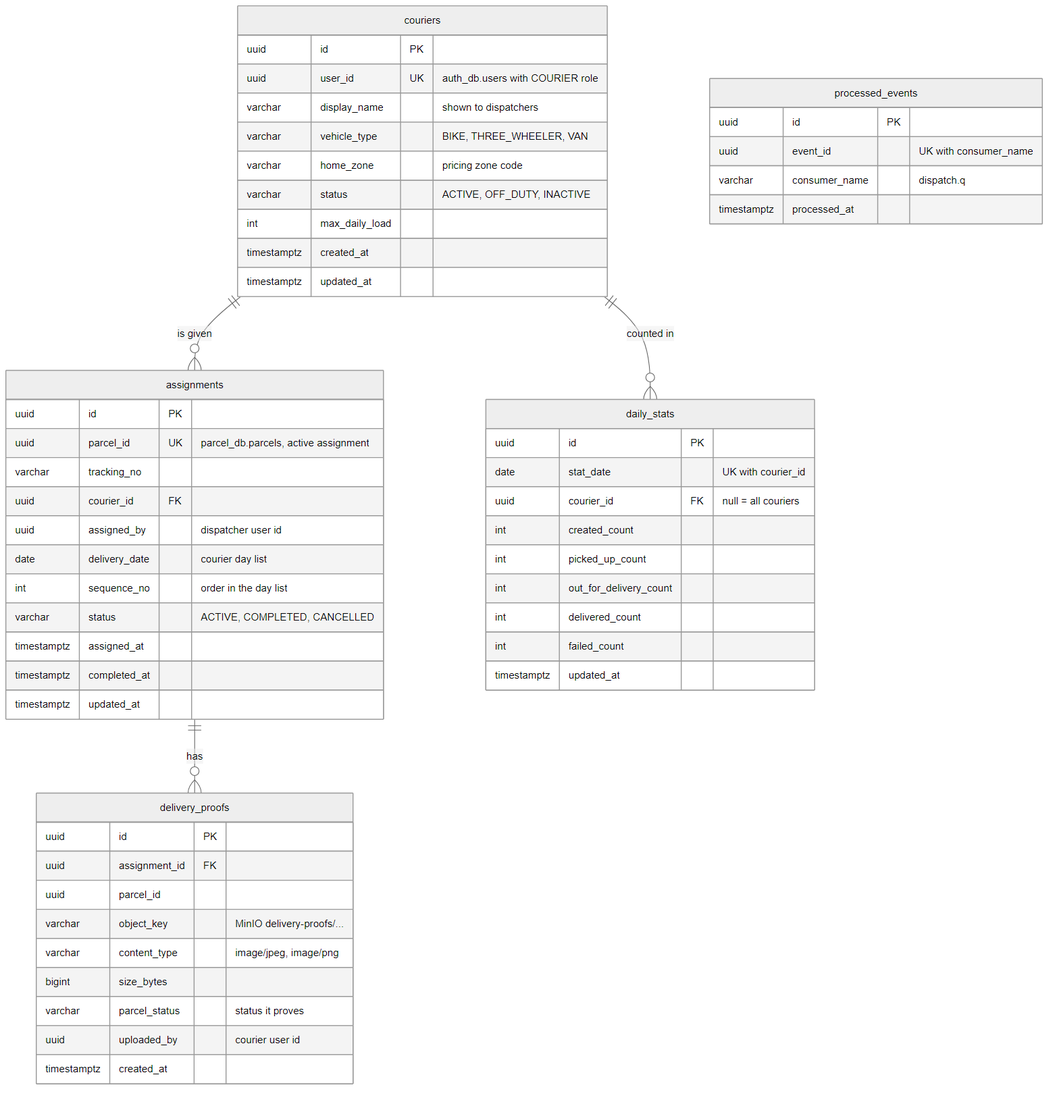
Sachintha-dilshan49/SwiftDrop keeps this Mermaid diagram as docs/diagrams/er/er-dispatch-db.png. Above is the earlier version. Its source is kept beside it as docs/diagrams/er/er-dispatch-db.mmd. Its diagram source:
```mermaid
erDiagram
    couriers ||--o{ assignments : "is given"
    assignments ||--o{ delivery_proofs : "has"
    couriers ||--o{ daily_stats : "counted in"

    couriers {
        uuid id PK
        uuid user_id UK "auth_db.users with COURIER role"
        varchar display_name "shown to dispatchers"
        varchar vehicle_type "BIKE, THREE_WHEELER, VAN"
        varchar home_zone "pricing zone code"
        varchar status "ACTIVE, OFF_DUTY, INACTIVE"
        int max_daily_load
        timestamptz created_at
        timestamptz updated_at
    }
    assignments {
        uuid id PK
        uuid parcel_id UK "parcel_db.parcels, active assignment"
        varchar tracking_no
        uuid courier_id FK
        uuid assigned_by "dispatcher user id"
        date delivery_date "courier day list"
        int sequence_no "order in the day list"
        varchar status "ACTIVE, COMPLETED, CANCELLED"
        timestamptz assigned_at
        timestamptz completed_at
        timestamptz updated_at
    }
    delivery_proofs {
        uuid id PK
        uuid assignment_id FK
        uuid parcel_id
        varchar object_key "MinIO delivery-proofs/..."
        varchar content_type "image/jpeg, image/png"
        bigint size_bytes
        varchar parcel_status "status it proves"
        uuid uploaded_by "courier user id"
        timestamptz created_at
    }
    daily_stats {
        uuid id PK
        date stat_date "UK with courier_id"
        uuid courier_id FK "null = all couriers"
        int created_count
        int picked_up_count
        int out_for_delivery_count
        int delivered_count
        int failed_count
        timestamptz updated_at
    }
    processed_events {
        uuid id PK
        uuid event_id "UK with consumer_name"
        varchar consumer_name "dispatch.q"
        timestamptz processed_at
    }
```
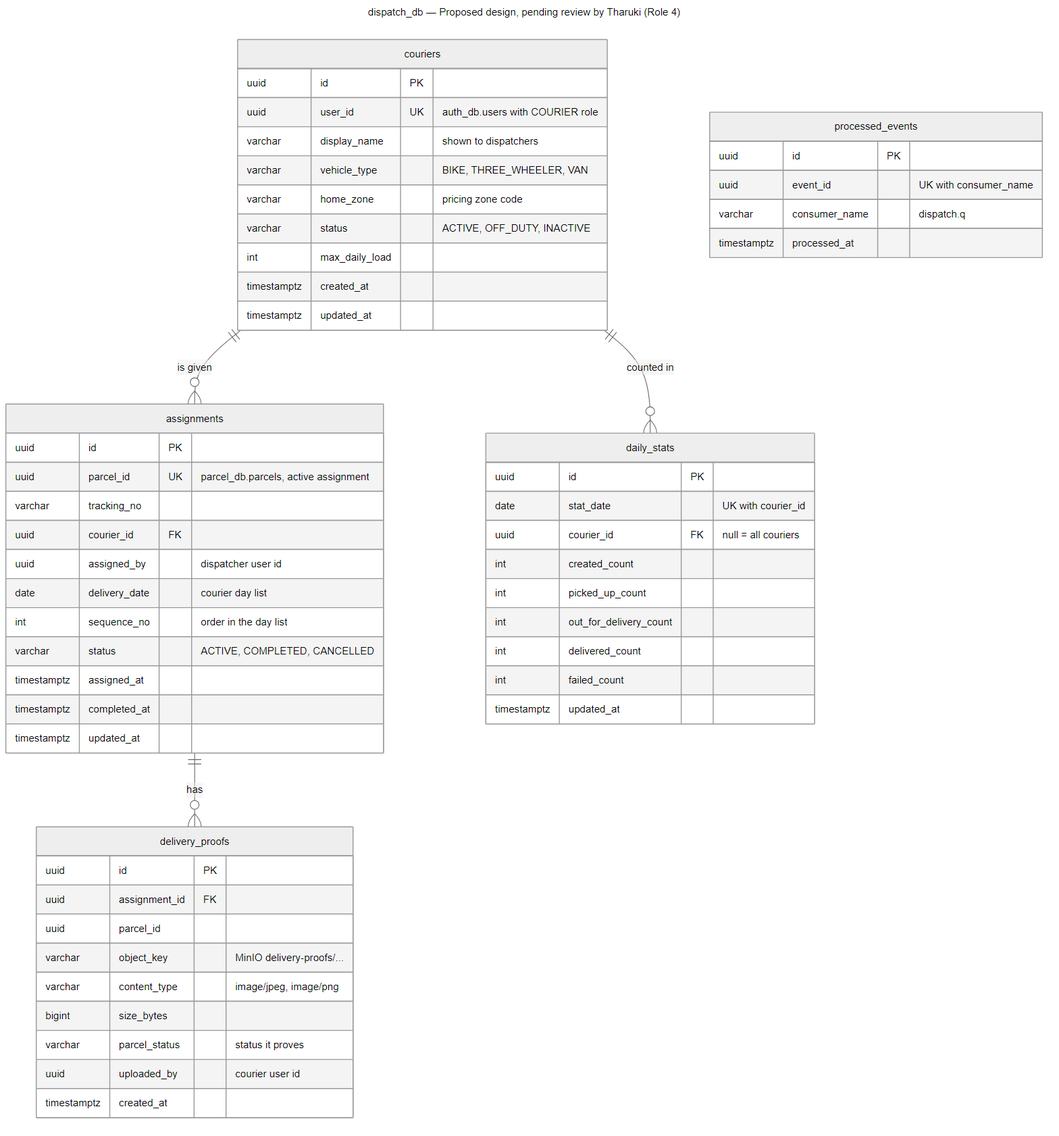
The same file after the commit.

What changed in the source:
```diff
@@ -1,3 +1,6 @@
+---
+title: "dispatch_db — Proposed design, pending review by Tharuki (Role 4)"
+---
 erDiagram
     couriers ||--o{ assignments : "is given"
     assignments ||--o{ delivery_proofs : "has"
```
